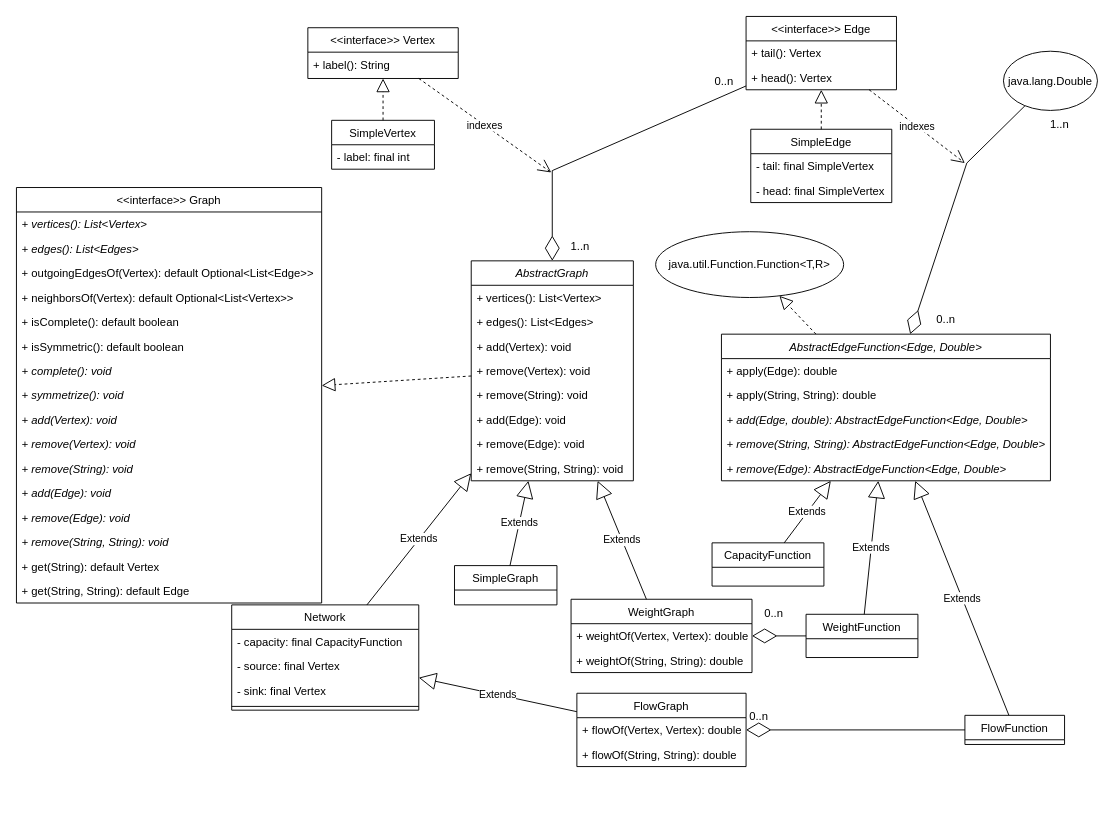
Above: docs/graph.drawio in mgmu/jraf (draw.io), before the change. Source tidied: cells renumbered, new cells numbered last; positions are measured from the earlier drawing's top-left corner, leaving out a move shared by most shapes. Both pictures are drawn from the tidied source at 94%, with x=0, y=0 at pixel (16, 16).
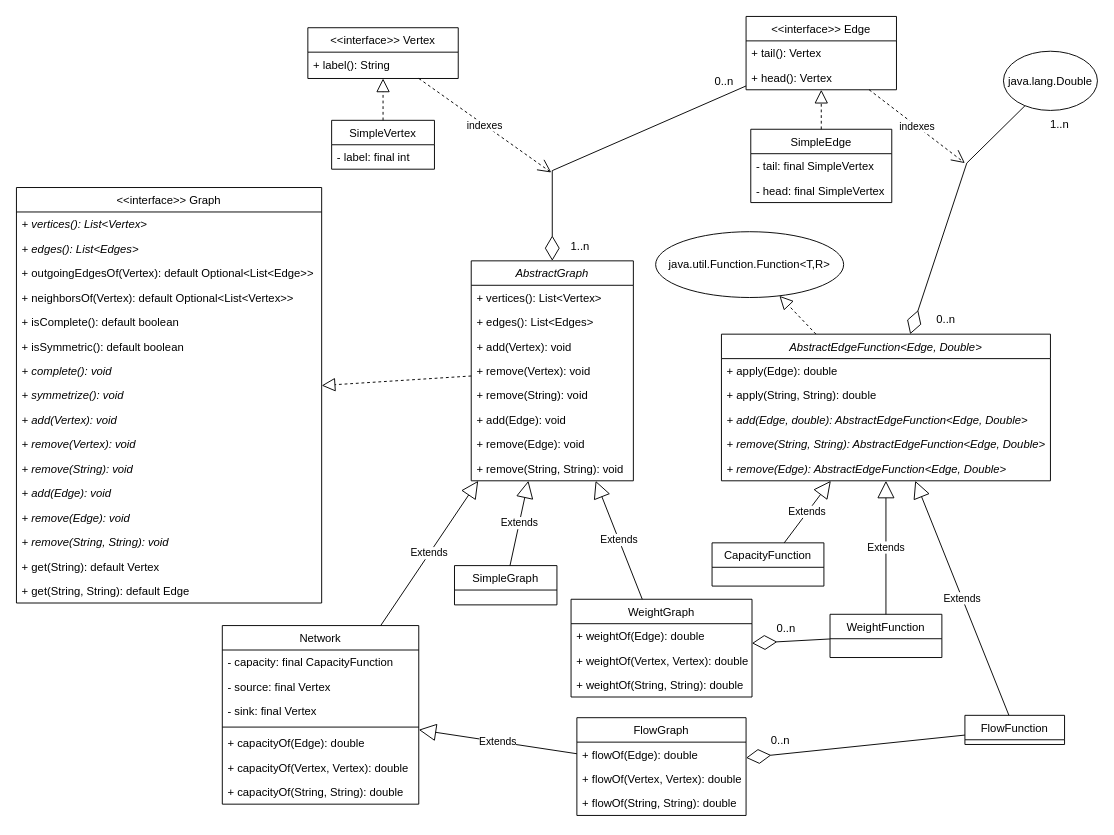
Above is the later version.

Commit message:
Updated graph types

The edit, as a diff of the source:
```diff
@@
     <mxCell id="27" value="WeightGraph" style="swimlane;fontStyle=0;align=center;verticalAlign=top;horizontal=1;startSize=26;rounded=0;shadow=0;strokeWidth=1;" parent="1" vertex="1">
-      <mxGeometry x="590" y="620" width="192.5" height="78" as="geometry" />
+      <mxGeometry x="590" y="620" width="192.5" height="104" as="geometry" />
     </mxCell>
+    <mxCell id="84" value="+ weightOf(Edge): double" style="text;strokeColor=none;fillColor=none;align=left;verticalAlign=top;spacingLeft=4;spacingRight=4;overflow=hidden;" parent="27" vertex="1">
+      <mxGeometry y="26" width="192.5" height="26" as="geometry" />
+    </mxCell>
     <mxCell id="28" value="+ weightOf(Vertex, Vertex): double" style="text;strokeColor=none;fillColor=none;align=left;verticalAlign=top;spacingLeft=4;spacingRight=4;overflow=hidden;" parent="27" vertex="1">
-      <mxGeometry y="26" width="192.5" height="26" as="geometry" />
+      <mxGeometry y="52" width="192.5" height="26" as="geometry" />
     </mxCell>
     <mxCell id="29" value="+ weightOf(String, String): double" style="text;strokeColor=none;fillColor=none;align=left;verticalAlign=top;spacingLeft=4;spacingRight=4;overflow=hidden;" parent="27" vertex="1">
-      <mxGeometry y="52" width="192.5" height="26" as="geometry" />
+      <mxGeometry y="78" width="192.5" height="26" as="geometry" />
     </mxCell>
@@
     <mxCell id="31" value="FlowGraph" style="swimlane;fontStyle=0;align=center;verticalAlign=top;horizontal=1;startSize=26;rounded=0;shadow=0;strokeWidth=1;" parent="1" vertex="1">
-      <mxGeometry x="596.2" y="720" width="180" height="78" as="geometry" />
+      <mxGeometry x="596.2" y="746" width="180" height="104" as="geometry" />
     </mxCell>
-    <mxCell id="32" value="+ flowOf(Vertex, Vertex): double" style="text;strokeColor=none;fillColor=none;align=left;verticalAlign=top;spacingLeft=4;spacingRight=4;overflow=hidden;" parent="31" vertex="1">
+    <mxCell id="32" value="+ flowOf(Edge): double" style="text;strokeColor=none;fillColor=none;align=left;verticalAlign=top;spacingLeft=4;spacingRight=4;overflow=hidden;" parent="31" vertex="1">
       <mxGeometry y="26" width="180" height="26" as="geometry" />
     </mxCell>
+    <mxCell id="85" value="+ flowOf(Vertex, Vertex): double" style="text;strokeColor=none;fillColor=none;align=left;verticalAlign=top;spacingLeft=4;spacingRight=4;overflow=hidden;" parent="31" vertex="1">
+      <mxGeometry y="52" width="180" height="26" as="geometry" />
+    </mxCell>
     <mxCell id="33" value="+ flowOf(String, String): double" style="text;strokeColor=none;fillColor=none;align=left;verticalAlign=top;spacingLeft=4;spacingRight=4;overflow=hidden;" parent="31" vertex="1">
-      <mxGeometry y="52" width="180" height="26" as="geometry" />
+      <mxGeometry y="78" width="180" height="26" as="geometry" />
     </mxCell>
@@
     <mxCell id="36" value="WeightFunction" style="swimlane;fontStyle=0;align=center;verticalAlign=top;horizontal=1;startSize=26;rounded=0;shadow=0;strokeWidth=1;" parent="1" vertex="1">
-      <mxGeometry x="840" y="636" width="119" height="46" as="geometry" />
+      <mxGeometry x="865.5" y="636" width="119" height="46" as="geometry" />
     </mxCell>
@@
     <mxCell id="74" value="0..n" style="text;html=1;strokeColor=none;fillColor=none;align=center;verticalAlign=middle;whiteSpace=wrap;rounded=0;" parent="1" vertex="1">
-      <mxGeometry x="776.2" y="620" width="60" height="30" as="geometry" />
+      <mxGeometry x="789" y="636" width="60" height="30" as="geometry" />
     </mxCell>
     <mxCell id="75" value="0..n" style="text;html=1;strokeColor=none;fillColor=none;align=center;verticalAlign=middle;whiteSpace=wrap;rounded=0;" parent="1" vertex="1">
-      <mxGeometry x="760" y="730" width="60" height="30" as="geometry" />
+      <mxGeometry x="782.5" y="756" width="60" height="30" as="geometry" />
     </mxCell>
     <mxCell id="76" value="Network" style="swimlane;fontStyle=0;align=center;verticalAlign=top;horizontal=1;startSize=26;rounded=0;shadow=0;strokeWidth=1;" parent="1" vertex="1">
-      <mxGeometry x="229" y="626" width="199" height="112" as="geometry" />
+      <mxGeometry x="219" y="648" width="209" height="190" as="geometry" />
     </mxCell>
     <mxCell id="77" value="- capacity: final CapacityFunction" style="text;strokeColor=none;fillColor=none;align=left;verticalAlign=top;spacingLeft=4;spacingRight=4;overflow=hidden;" parent="76" vertex="1">
-      <mxGeometry y="26" width="199" height="26" as="geometry" />
+      <mxGeometry y="26" width="209" height="26" as="geometry" />
     </mxCell>
     <mxCell id="78" value="- source: final Vertex" style="text;strokeColor=none;fillColor=none;align=left;verticalAlign=top;spacingLeft=4;spacingRight=4;overflow=hidden;" parent="76" vertex="1">
-      <mxGeometry y="52" width="199" height="26" as="geometry" />
+      <mxGeometry y="52" width="209" height="26" as="geometry" />
     </mxCell>
     <mxCell id="79" value="- sink: final Vertex" style="text;strokeColor=none;fillColor=none;align=left;verticalAlign=top;spacingLeft=4;spacingRight=4;overflow=hidden;" parent="76" vertex="1">
-      <mxGeometry y="78" width="199" height="26" as="geometry" />
+      <mxGeometry y="78" width="209" height="26" as="geometry" />
     </mxCell>
     <mxCell id="80" style="line;strokeWidth=1;fillColor=none;align=left;verticalAlign=middle;spacingTop=-1;spacingLeft=3;spacingRight=3;labelPosition=right;strokeColor=inherit;" parent="76" vertex="1">
-      <mxGeometry y="104" width="199" height="8" as="geometry" />
+      <mxGeometry y="104" width="209" height="8" as="geometry" />
     </mxCell>
+    <mxCell id="86" value="+ capacityOf(Edge): double" style="text;strokeColor=none;fillColor=none;align=left;verticalAlign=top;spacingLeft=4;spacingRight=4;overflow=hidden;" parent="76" vertex="1">
+      <mxGeometry y="112" width="209" height="26" as="geometry" />
+    </mxCell>
+    <mxCell id="87" value="+ capacityOf(Vertex, Vertex): double" style="text;strokeColor=none;fillColor=none;align=left;verticalAlign=top;spacingLeft=4;spacingRight=4;overflow=hidden;" parent="76" vertex="1">
+      <mxGeometry y="138" width="209" height="26" as="geometry" />
+    </mxCell>
+    <mxCell id="88" value="+ capacityOf(String, String): double" style="text;strokeColor=none;fillColor=none;align=left;verticalAlign=top;spacingLeft=4;spacingRight=4;overflow=hidden;" parent="76" vertex="1">
+      <mxGeometry y="164" width="209" height="26" as="geometry" />
+    </mxCell>
```
